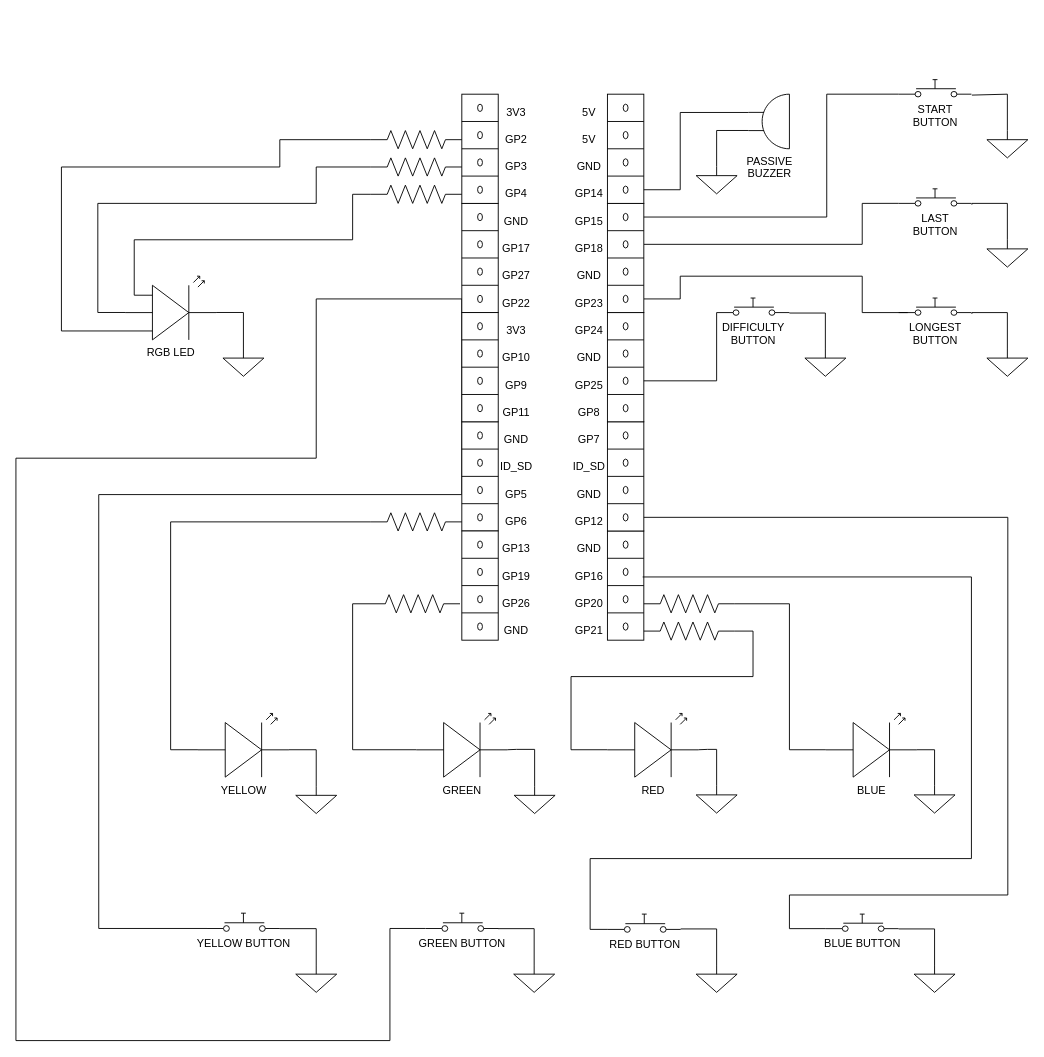
stephenspruill/Final-Project-Simon-Says keeps this draw.io diagram as Simon_Wiring_Schematic.drawio. Above is the earlier version. Source tidied: cells renumbered, new cells numbered last; positions are measured from the earlier drawing's top-left corner, leaving out a move shared by most shapes. Both pictures are drawn from the tidied source at 91%, with x=0, y=0 at pixel (15, 79).
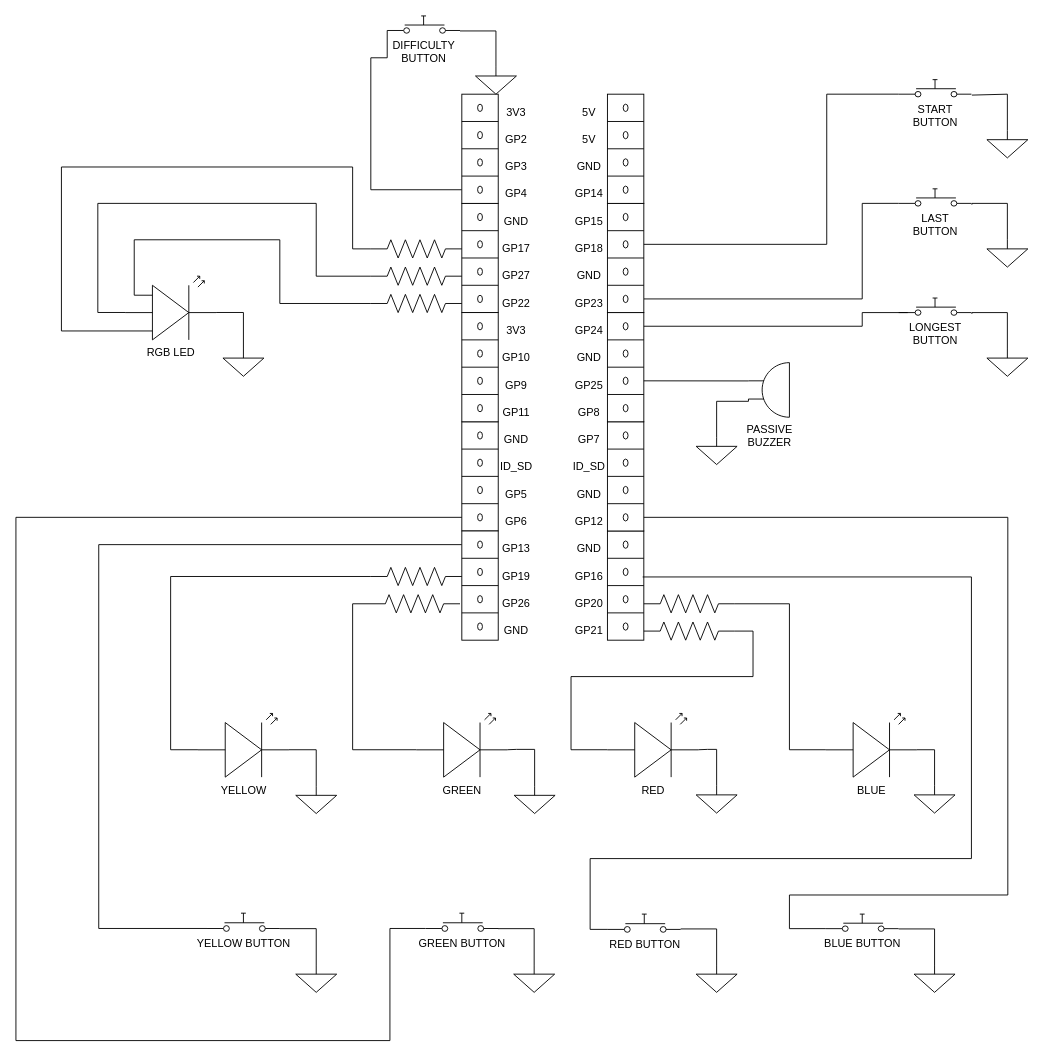
The same diagram, later.

Unchanged cells that the change refers to:
```xml
<mxCell id="2" value="YELLOW" style="verticalLabelPosition=bottom;shadow=0;dashed=0;align=center;fillColor=#ffffff;html=1;verticalAlign=top;strokeWidth=1;shape=mxgraph.electrical.opto_electronics.led_2;" parent="1" vertex="1">
  <mxGeometry x="200" y="696.5" width="100" height="70" as="geometry" />
</mxCell>
<mxCell id="7" value="YELLOW BUTTON" style="verticalLabelPosition=bottom;shadow=0;dashed=0;align=center;fillColor=#ffffff;html=1;verticalAlign=top;strokeWidth=1;shape=mxgraph.electrical.electro-mechanical.push_switch_no;perimeterSpacing=0;backgroundOutline=0;" parent="1" vertex="1">
  <mxGeometry x="210" y="916" width="80" height="20" as="geometry" />
</mxCell>
<mxCell id="10" style="verticalLabelPosition=bottom;shadow=0;dashed=0;align=center;fillColor=#ffffff;html=1;verticalAlign=top;strokeWidth=1;shape=mxgraph.electrical.miscellaneous.terminal_board;" parent="1" vertex="1">
  <mxGeometry x="490" y="376" width="40" height="120" as="geometry" />
</mxCell>
<mxCell id="14" style="verticalLabelPosition=bottom;shadow=0;dashed=0;align=center;fillColor=#ffffff;html=1;verticalAlign=top;strokeWidth=1;shape=mxgraph.electrical.miscellaneous.terminal_board;" parent="1" vertex="1">
  <mxGeometry x="490" y="496" width="40" height="120" as="geometry" />
</mxCell>
<mxCell id="15" style="verticalLabelPosition=bottom;shadow=0;dashed=0;align=center;fillColor=#ffffff;html=1;verticalAlign=top;strokeWidth=1;shape=mxgraph.electrical.miscellaneous.terminal_board;" parent="1" vertex="1">
  <mxGeometry x="490" y="136" width="40" height="120" as="geometry" />
</mxCell>
<mxCell id="17" style="verticalLabelPosition=bottom;shadow=0;dashed=0;align=center;fillColor=#ffffff;html=1;verticalAlign=top;strokeWidth=1;shape=mxgraph.electrical.miscellaneous.terminal_board;" parent="1" vertex="1">
  <mxGeometry x="650" y="256" width="40" height="120" as="geometry" />
</mxCell>
<mxCell id="21" style="verticalLabelPosition=bottom;shadow=0;dashed=0;align=center;fillColor=#ffffff;html=1;verticalAlign=top;strokeWidth=1;shape=mxgraph.electrical.miscellaneous.terminal_board;" parent="1" vertex="1">
  <mxGeometry x="650" y="136" width="40" height="120" as="geometry" />
</mxCell>
<mxCell id="23" style="verticalLabelPosition=bottom;shadow=0;dashed=0;align=center;fillColor=#ffffff;html=1;verticalAlign=top;strokeWidth=1;shape=mxgraph.electrical.miscellaneous.terminal_board;" parent="1" vertex="1">
  <mxGeometry x="490" y="16" width="40" height="120" as="geometry" />
</mxCell>
<mxCell id="24" style="verticalLabelPosition=bottom;shadow=0;dashed=0;align=center;fillColor=#ffffff;html=1;verticalAlign=top;strokeWidth=1;shape=mxgraph.electrical.miscellaneous.terminal_board;" parent="1" vertex="1">
  <mxGeometry x="650" y="16" width="40" height="120" as="geometry" />
</mxCell>
<mxCell id="82" value="GREEN BUTTON" style="verticalLabelPosition=bottom;shadow=0;dashed=0;align=center;fillColor=#ffffff;html=1;verticalAlign=top;strokeWidth=1;shape=mxgraph.electrical.electro-mechanical.push_switch_no;" parent="1" vertex="1">
  <mxGeometry x="450" y="916" width="80" height="20" as="geometry" />
</mxCell>
<mxCell id="92" value="RGB LED" style="verticalLabelPosition=bottom;shadow=0;dashed=0;align=center;fillColor=#ffffff;html=1;verticalAlign=top;strokeWidth=1;shape=mxgraph.electrical.opto_electronics.led_2;" parent="1" vertex="1">
  <mxGeometry x="120" y="216" width="100" height="70" as="geometry" />
</mxCell>
<mxCell id="108" value="&lt;div&gt;START&lt;/div&gt;&lt;div&gt;BUTTON&lt;/div&gt;" style="verticalLabelPosition=bottom;shadow=0;dashed=0;align=center;fillColor=#ffffff;html=1;verticalAlign=top;strokeWidth=1;shape=mxgraph.electrical.electro-mechanical.push_switch_no;" parent="1" vertex="1">
  <mxGeometry x="970" width="80" height="19" as="geometry" />
</mxCell>
<mxCell id="111" value="&lt;div&gt;LAST&lt;br&gt;&lt;/div&gt;&lt;div&gt;BUTTON&lt;/div&gt;" style="verticalLabelPosition=bottom;shadow=0;dashed=0;align=center;fillColor=#ffffff;html=1;verticalAlign=top;strokeWidth=1;shape=mxgraph.electrical.electro-mechanical.push_switch_no;" parent="1" vertex="1">
  <mxGeometry x="970" y="120" width="80" height="19" as="geometry" />
</mxCell>
<mxCell id="114" value="&lt;div&gt;LONGEST&lt;br&gt;&lt;/div&gt;&lt;div&gt;BUTTON&lt;/div&gt;" style="verticalLabelPosition=bottom;shadow=0;dashed=0;align=center;fillColor=#ffffff;html=1;verticalAlign=top;strokeWidth=1;shape=mxgraph.electrical.electro-mechanical.push_switch_no;" parent="1" vertex="1">
  <mxGeometry x="970" y="240" width="80" height="19" as="geometry" />
</mxCell>
```

The edit, as a diff of the source:
```diff
@@
-    <mxCell id="6" style="edgeStyle=orthogonalEdgeStyle;rounded=0;jettySize=auto;html=1;entryX=0;entryY=0.875;entryDx=0;entryDy=0;entryPerimeter=0;endArrow=none;endFill=0;exitX=0;exitY=0.84;exitDx=0;exitDy=0;exitPerimeter=0;" parent="1" edge="1" source="7" target="15">
+    <mxCell id="6" style="edgeStyle=orthogonalEdgeStyle;rounded=0;jettySize=auto;html=1;endArrow=none;endFill=0;exitX=0;exitY=0.84;exitDx=0;exitDy=0;exitPerimeter=0;entryX=0;entryY=0.125;entryDx=0;entryDy=0;entryPerimeter=0;" parent="1" edge="1" source="7" target="14">
       <mxGeometry relative="1" as="geometry">
         <Array as="points">
           <mxPoint x="91" y="933" />
-          <mxPoint x="91" y="456" />
-          <mxPoint x="490" y="456" />
+          <mxPoint x="91" y="511" />
         </Array>
       </mxGeometry>
     </mxCell>
@@
-    <mxCell id="18" style="edgeStyle=orthogonalEdgeStyle;rounded=0;jettySize=auto;html=1;entryX=0;entryY=0.84;entryDx=0;entryDy=0;entryPerimeter=0;endArrow=none;endFill=0;exitX=1;exitY=0.625;exitDx=0;exitDy=0;exitPerimeter=0;" parent="1" edge="1" source="17" target="102">
+    <mxCell id="18" style="edgeStyle=orthogonalEdgeStyle;rounded=0;jettySize=auto;html=1;entryX=0;entryY=0.84;entryDx=0;entryDy=0;entryPerimeter=0;endArrow=none;endFill=0;exitX=0;exitY=0.875;exitDx=0;exitDy=0;exitPerimeter=0;" parent="1" edge="1" source="23" target="102">
       <mxGeometry relative="1" as="geometry">
         <Array as="points">
-          <mxPoint x="770" y="331" />
+          <mxPoint x="390" y="121" />
+          <mxPoint x="390" y="-24" />
+          <mxPoint x="408" y="-24" />
         </Array>
       </mxGeometry>
     </mxCell>
-    <mxCell id="19" style="edgeStyle=orthogonalEdgeStyle;rounded=0;jettySize=auto;html=1;entryX=0;entryY=0.84;entryDx=0;entryDy=0;entryPerimeter=0;endArrow=none;endFill=0;exitX=1;exitY=0.375;exitDx=0;exitDy=0;exitPerimeter=0;" parent="1" edge="1" source="21" target="111">
+    <mxCell id="19" style="edgeStyle=orthogonalEdgeStyle;rounded=0;jettySize=auto;html=1;entryX=0;entryY=0.84;entryDx=0;entryDy=0;entryPerimeter=0;endArrow=none;endFill=0;exitX=1;exitY=0.875;exitDx=0;exitDy=0;exitPerimeter=0;" parent="1" edge="1" source="21" target="111">
       <mxGeometry relative="1" as="geometry">
         <Array as="points">
-          <mxPoint x="930" y="181" />
+          <mxPoint x="930" y="241" />
           <mxPoint x="930" y="136" />
         </Array>
       </mxGeometry>
     </mxCell>
-    <mxCell id="20" style="edgeStyle=orthogonalEdgeStyle;rounded=0;jettySize=auto;html=1;entryX=0.125;entryY=0.842;entryDx=0;entryDy=0;entryPerimeter=0;endArrow=none;endFill=0;exitX=1;exitY=0.875;exitDx=0;exitDy=0;exitPerimeter=0;" parent="1" edge="1" source="21" target="114">
+    <mxCell id="20" style="edgeStyle=orthogonalEdgeStyle;rounded=0;jettySize=auto;html=1;entryX=0.125;entryY=0.842;entryDx=0;entryDy=0;entryPerimeter=0;endArrow=none;endFill=0;exitX=1;exitY=0.125;exitDx=0;exitDy=0;exitPerimeter=0;" parent="1" edge="1" source="17" target="114">
       <mxGeometry relative="1" as="geometry">
         <Array as="points">
-          <mxPoint x="730" y="241" />
-          <mxPoint x="730" y="216" />
-          <mxPoint x="930" y="216" />
+          <mxPoint x="930" y="271" />
           <mxPoint x="930" y="256" />
         </Array>
       </mxGeometry>
     </mxCell>
@@
     <mxCell id="67" style="edgeStyle=orthogonalEdgeStyle;rounded=0;jettySize=auto;html=1;entryX=0;entryY=0.57;entryDx=0;entryDy=0;entryPerimeter=0;endArrow=none;endFill=0;exitX=0;exitY=0.5;exitDx=0;exitDy=0;exitPerimeter=0;" parent="1" edge="1" source="68" target="2">
       <mxGeometry relative="1" as="geometry">
         <Array as="points">
-          <mxPoint x="170" y="486" />
+          <mxPoint x="170" y="546" />
           <mxPoint x="170" y="736" />
         </Array>
       </mxGeometry>
     </mxCell>
     <mxCell id="68" style="verticalLabelPosition=bottom;shadow=0;dashed=0;align=center;fillColor=#ffffff;html=1;verticalAlign=top;strokeWidth=1;shape=mxgraph.electrical.resistors.resistor_2;" parent="1" vertex="1">
-      <mxGeometry x="390" y="476" width="100" height="20" as="geometry" />
+      <mxGeometry x="390" y="536" width="100" height="20" as="geometry" />
     </mxCell>
@@
-    <mxCell id="81" style="edgeStyle=orthogonalEdgeStyle;rounded=0;jettySize=auto;html=1;exitX=0;exitY=0.84;exitDx=0;exitDy=0;exitPerimeter=0;entryX=0;entryY=0.875;entryDx=0;entryDy=0;entryPerimeter=0;endArrow=none;endFill=0;" parent="1" edge="1" source="82" target="15">
+    <mxCell id="81" style="edgeStyle=orthogonalEdgeStyle;rounded=0;jettySize=auto;html=1;exitX=0;exitY=0.84;exitDx=0;exitDy=0;exitPerimeter=0;entryX=0;entryY=0.875;entryDx=0;entryDy=0;entryPerimeter=0;endArrow=none;endFill=0;" parent="1" edge="1" source="82" target="10">
       <mxGeometry relative="1" as="geometry">
         <Array as="points">
           <mxPoint x="411" y="933" />
           <mxPoint x="411" y="1056" />
           <mxPoint y="1056" />
-          <mxPoint y="416" />
-          <mxPoint x="330" y="416" />
-          <mxPoint x="330" y="241" />
+          <mxPoint y="481" />
         </Array>
       </mxGeometry>
     </mxCell>
@@
     <mxCell id="91" style="edgeStyle=orthogonalEdgeStyle;rounded=0;jettySize=auto;html=1;endArrow=none;endFill=0;entryX=0;entryY=0.5;entryDx=0;entryDy=0;entryPerimeter=0;exitX=0.305;exitY=0.299;exitDx=0;exitDy=0;exitPerimeter=0;" parent="1" edge="1" source="92" target="95">
       <mxGeometry relative="1" as="geometry">
         <Array as="points">
           <mxPoint x="130" y="237" />
           <mxPoint x="130" y="176" />
-          <mxPoint x="370" y="176" />
-          <mxPoint x="370" y="126" />
+          <mxPoint x="290" y="176" />
+          <mxPoint x="290" y="246" />
         </Array>
       </mxGeometry>
     </mxCell>
@@
     <mxCell id="95" style="verticalLabelPosition=bottom;shadow=0;dashed=0;align=center;fillColor=#ffffff;html=1;verticalAlign=top;strokeWidth=1;shape=mxgraph.electrical.resistors.resistor_2;" parent="1" vertex="1">
-      <mxGeometry x="390" y="116" width="100" height="20" as="geometry" />
+      <mxGeometry x="390" y="236" width="100" height="20" as="geometry" />
     </mxCell>
     <mxCell id="96" style="edgeStyle=orthogonalEdgeStyle;rounded=0;jettySize=auto;html=1;endArrow=none;endFill=0;exitX=0;exitY=0.5;exitDx=0;exitDy=0;exitPerimeter=0;entryX=0.3;entryY=0.86;entryDx=0;entryDy=0;entryPerimeter=0;" parent="1" edge="1" source="97" target="92">
       <mxGeometry relative="1" as="geometry">
         <Array as="points">
-          <mxPoint x="290" y="66" />
-          <mxPoint x="290" y="96" />
+          <mxPoint x="370" y="186" />
+          <mxPoint x="370" y="96" />
           <mxPoint x="50" y="96" />
           <mxPoint x="50" y="276" />
         </Array>
       </mxGeometry>
     </mxCell>
     <mxCell id="97" style="verticalLabelPosition=bottom;shadow=0;dashed=0;align=center;fillColor=#ffffff;html=1;verticalAlign=top;strokeWidth=1;shape=mxgraph.electrical.resistors.resistor_2;" parent="1" vertex="1">
-      <mxGeometry x="390" y="56" width="100" height="20" as="geometry" />
+      <mxGeometry x="390" y="176" width="100" height="20" as="geometry" />
     </mxCell>
     <mxCell id="98" style="edgeStyle=orthogonalEdgeStyle;rounded=0;jettySize=auto;html=1;endArrow=none;endFill=0;exitX=0;exitY=0.5;exitDx=0;exitDy=0;exitPerimeter=0;entryX=0;entryY=0.57;entryDx=0;entryDy=0;entryPerimeter=0;" parent="1" edge="1" source="99" target="92">
       <mxGeometry relative="1" as="geometry">
         <Array as="points">
-          <mxPoint x="330" y="96" />
+          <mxPoint x="330" y="216" />
           <mxPoint x="330" y="136" />
           <mxPoint x="90" y="136" />
           <mxPoint x="90" y="256" />
         </Array>
       </mxGeometry>
     </mxCell>
     <mxCell id="99" style="verticalLabelPosition=bottom;shadow=0;dashed=0;align=center;fillColor=#ffffff;html=1;verticalAlign=top;strokeWidth=1;shape=mxgraph.electrical.resistors.resistor_2;" parent="1" vertex="1">
-      <mxGeometry x="390" y="86" width="100" height="20" as="geometry" />
+      <mxGeometry x="390" y="206" width="100" height="20" as="geometry" />
     </mxCell>
-    <mxCell id="100" style="edgeStyle=orthogonalEdgeStyle;rounded=0;jettySize=auto;html=1;entryX=1;entryY=0.875;entryDx=0;entryDy=0;entryPerimeter=0;endArrow=none;endFill=0;exitX=1;exitY=0.665;exitDx=0;exitDy=0;exitPerimeter=0;" parent="1" edge="1" source="101" target="24">
+    <mxCell id="100" style="edgeStyle=orthogonalEdgeStyle;rounded=0;jettySize=auto;html=1;entryX=1;entryY=0.625;entryDx=0;entryDy=0;entryPerimeter=0;endArrow=none;endFill=0;exitX=1;exitY=0.665;exitDx=0;exitDy=0;exitPerimeter=0;" parent="1" edge="1" source="101" target="17">
       <mxGeometry relative="1" as="geometry">
         <Array as="points">
-          <mxPoint x="730" y="36" />
-          <mxPoint x="730" y="121" />
+          <mxPoint x="805" y="331" />
         </Array>
       </mxGeometry>
     </mxCell>
     <mxCell id="101" value="&lt;div&gt;PASSIVE&lt;/div&gt;&lt;div&gt;BUZZER&lt;br&gt;&lt;/div&gt;" style="verticalLabelPosition=bottom;shadow=0;dashed=0;align=center;fillColor=#ffffff;html=1;verticalAlign=top;strokeWidth=1;shape=mxgraph.electrical.electro-mechanical.buzzer;direction=west;" parent="1" vertex="1">
-      <mxGeometry x="805" y="16" width="45" height="60" as="geometry" />
+      <mxGeometry x="805" y="311" width="45" height="60" as="geometry" />
     </mxCell>
     <mxCell id="102" value="&lt;div&gt;DIFFICULTY&lt;/div&gt;&lt;div&gt;BUTTON&lt;/div&gt;" style="verticalLabelPosition=bottom;shadow=0;dashed=0;align=center;fillColor=#ffffff;html=1;verticalAlign=top;strokeWidth=1;shape=mxgraph.electrical.electro-mechanical.push_switch_no;" parent="1" vertex="1">
-      <mxGeometry x="770" y="240" width="80" height="19" as="geometry" />
+      <mxGeometry x="408" y="-70" width="80" height="19" as="geometry" />
     </mxCell>
     <mxCell id="103" style="verticalLabelPosition=bottom;shadow=0;dashed=0;align=center;fillColor=#ffffff;html=1;verticalAlign=top;strokeWidth=1;shape=mxgraph.electrical.signal_sources.signal_ground;" parent="1" vertex="1">
-      <mxGeometry x="867" y="296" width="45" height="30" as="geometry" />
+      <mxGeometry x="505" y="-14" width="45" height="30" as="geometry" />
     </mxCell>
     <mxCell id="104" style="edgeStyle=orthogonalEdgeStyle;rounded=0;jettySize=auto;html=1;endArrow=none;endFill=0;" parent="1" edge="1" source="103">
       <mxGeometry relative="1" as="geometry">
-        <mxPoint x="850" y="256.5" as="targetPoint" />
+        <mxPoint x="488" y="-53.5" as="targetPoint" />
         <Array as="points">
-          <mxPoint x="889" y="256" />
+          <mxPoint x="527" y="-54" />
         </Array>
       </mxGeometry>
     </mxCell>
     <mxCell id="105" style="verticalLabelPosition=bottom;shadow=0;dashed=0;align=center;fillColor=#ffffff;html=1;verticalAlign=top;strokeWidth=1;shape=mxgraph.electrical.signal_sources.signal_ground;" parent="1" vertex="1">
-      <mxGeometry x="747.5" y="95.5" width="45" height="30" as="geometry" />
+      <mxGeometry x="747.5" y="393" width="45" height="30" as="geometry" />
     </mxCell>
     <mxCell id="106" style="edgeStyle=orthogonalEdgeStyle;rounded=0;jettySize=auto;html=1;endArrow=none;endFill=0;entryX=1;entryY=0.335;entryDx=0;entryDy=0;entryPerimeter=0;" parent="1" edge="1" source="105" target="101">
       <mxGeometry relative="1" as="geometry">
         <Array as="points">
-          <mxPoint x="770" y="56" />
+          <mxPoint x="770" y="353.5" />
         </Array>
       </mxGeometry>
     </mxCell>
-    <mxCell id="107" style="edgeStyle=orthogonalEdgeStyle;rounded=0;jettySize=auto;html=1;entryX=1;entryY=0.125;entryDx=0;entryDy=0;entryPerimeter=0;endArrow=none;endFill=0;exitX=0;exitY=0.84;exitDx=0;exitDy=0;exitPerimeter=0;" parent="1" edge="1" source="108" target="21">
+    <mxCell id="107" style="edgeStyle=orthogonalEdgeStyle;rounded=0;jettySize=auto;html=1;entryX=1;entryY=0.375;entryDx=0;entryDy=0;entryPerimeter=0;endArrow=none;endFill=0;exitX=0;exitY=0.84;exitDx=0;exitDy=0;exitPerimeter=0;" parent="1" edge="1" source="108" target="21">
       <mxGeometry relative="1" as="geometry">
         <Array as="points">
           <mxPoint x="891" y="16" />
-          <mxPoint x="891" y="151" />
+          <mxPoint x="891" y="181" />
         </Array>
       </mxGeometry>
     </mxCell>
```
